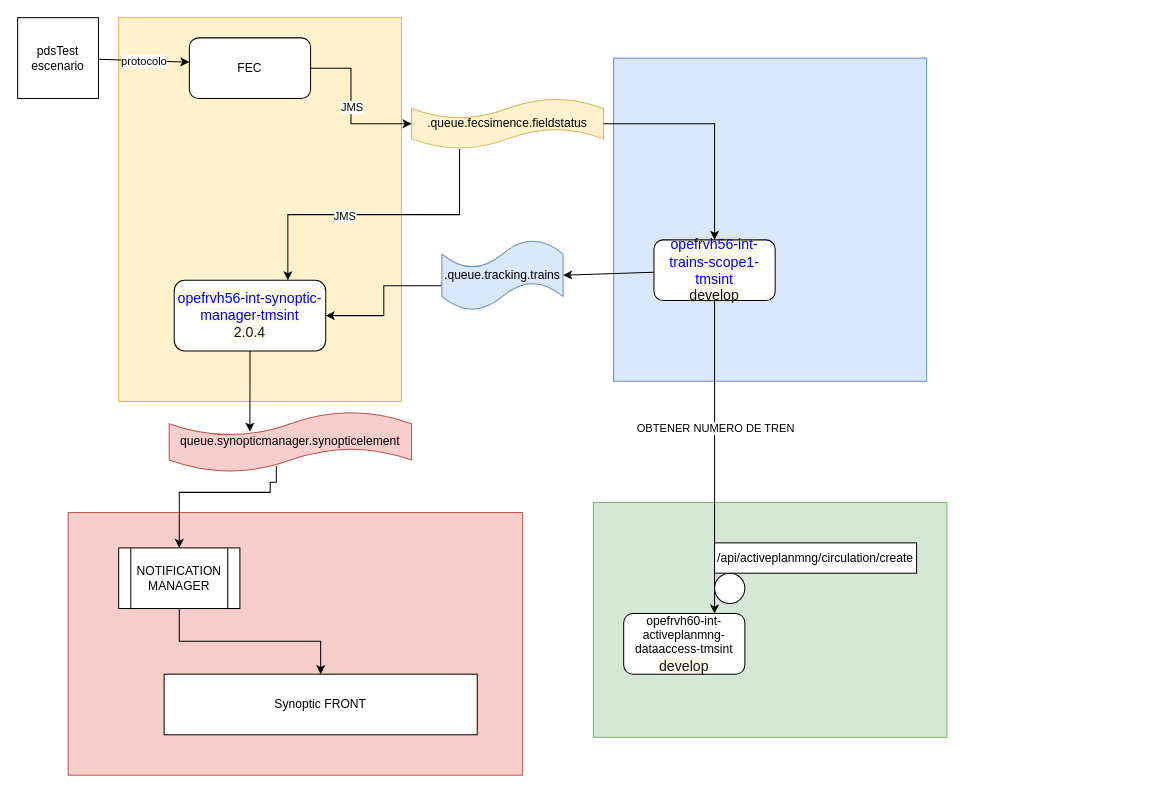
The draw.io diagram Diagrama sin título.drawio in jeongon/DIAGRAMAS_TMS, before the edit. Source tidied: cells renumbered, new cells numbered last; positions are measured from the earlier drawing's top-left corner, leaving out a move shared by most shapes. Both pictures are drawn from the tidied source at 101%, with x=0, y=0 at pixel (17, 17).
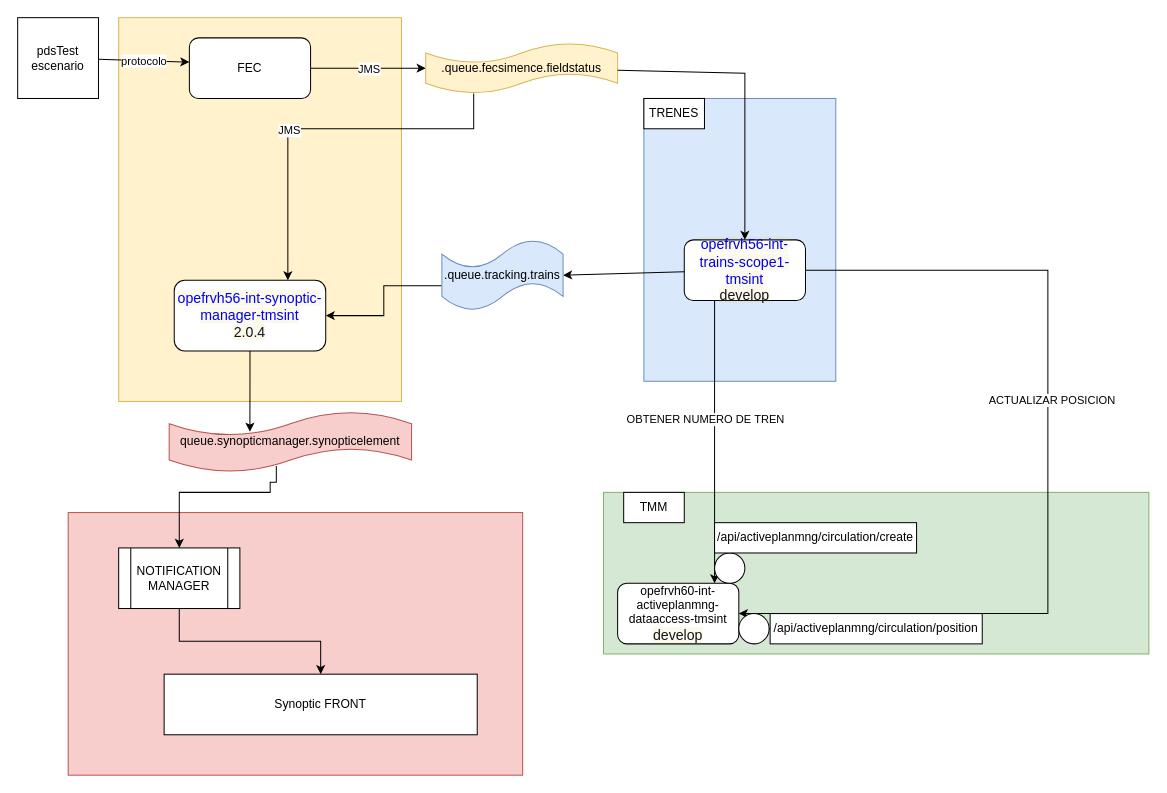
The same diagram, later.

The change refers to these unchanged cells:
```xml
<mxCell id="9" value="FEC" style="rounded=1;whiteSpace=wrap;html=1;" parent="1" vertex="1">
  <mxGeometry x="170" y="20" width="120" height="60" as="geometry" />
</mxCell>
<mxCell id="14" value="&lt;a style=&quot;box-sizing: inherit; background-color: rgba(218, 195, 66, 0.1); text-decoration-line: none; font-family: &amp;quot;Fira Sans&amp;quot;; font-size: 14px; text-align: -webkit-left;&quot; class=&quot;&quot; href=&quot;https://rancher.mova.indra.es/dashboard/c/c-dssds/explorer/apps.deployment/opefrvtms-int/opefrvh56-int-synoptic-manager-tmsint&quot;&gt;opefrvh56-int-synoptic-manager-tmsint&lt;/a&gt;&lt;br&gt;&lt;span style=&quot;color: rgb(20, 20, 25); font-family: &amp;quot;Fira Sans&amp;quot;; font-size: 14px; text-align: -webkit-left; background-color: rgba(218, 195, 66, 0.1);&quot;&gt;2.0.4&lt;/span&gt;" style="rounded=1;whiteSpace=wrap;html=1;" parent="1" vertex="1">
  <mxGeometry x="155" y="260" width="150" height="70" as="geometry" />
</mxCell>
<mxCell id="21" style="edgeStyle=orthogonalEdgeStyle;rounded=0;jettySize=auto;html=1;" parent="1" edge="1" source="23" target="24">
  <mxGeometry relative="1" as="geometry">
    <Array as="points">
      <mxPoint x="690" y="380" />
      <mxPoint x="690" y="380" />
    </Array>
  </mxGeometry>
</mxCell>
```

Change to the diagram source:
```diff
@@
     <mxCell id="2" style="rounded=0;whiteSpace=wrap;html=1;fillColor=#d5e8d4;strokeColor=#82b366;" parent="1" vertex="1">
-      <mxGeometry x="570" y="480" width="350" height="232.5" as="geometry" />
+      <mxGeometry x="580" y="470" width="540" height="160" as="geometry" />
     </mxCell>
@@
     <mxCell id="5" style="rounded=0;whiteSpace=wrap;html=1;fillColor=#dae8fc;strokeColor=#6c8ebf;" parent="1" vertex="1">
-      <mxGeometry x="590" y="40" width="310" height="320" as="geometry" />
+      <mxGeometry x="620" y="80" width="190" height="280" as="geometry" />
     </mxCell>
@@
     <mxCell id="7" style="edgeStyle=orthogonalEdgeStyle;rounded=0;jettySize=auto;html=1;" parent="1" edge="1" source="9" target="12">
       <mxGeometry relative="1" as="geometry">
         <Array as="points">
-          <mxPoint x="330" y="50" />
-          <mxPoint x="330" y="105" />
+          <mxPoint x="340" y="50" />
+          <mxPoint x="340" y="50" />
         </Array>
       </mxGeometry>
     </mxCell>
@@
     <mxCell id="10" style="edgeStyle=orthogonalEdgeStyle;rounded=0;jettySize=auto;html=1;exitX=0.25;exitY=1;exitDx=0;exitDy=0;exitPerimeter=0;entryX=0.75;entryY=0;entryDx=0;entryDy=0;" parent="1" edge="1" source="12" target="14">
-      <mxGeometry relative="1" as="geometry" />
+      <mxGeometry relative="1" as="geometry">
+        <Array as="points">
+          <mxPoint x="452" y="110" />
+          <mxPoint x="268" y="110" />
+        </Array>
+      </mxGeometry>
     </mxCell>
@@
     <mxCell id="12" value=".queue.fecsimence.fieldstatus" style="shape=tape;whiteSpace=wrap;html=1;fillColor=#fff2cc;strokeColor=#d6b656;" parent="1" vertex="1">
-      <mxGeometry x="390" y="80" width="190" height="50" as="geometry" />
+      <mxGeometry x="404" y="25" width="190" height="50" as="geometry" />
     </mxCell>
@@
     <mxCell id="22" value="OBTENER NUMERO DE TREN" style="edgeLabel;html=1;align=center;verticalAlign=middle;" parent="21" vertex="1">
       <mxGeometry x="-0.36" y="-1" relative="1" as="geometry">
-        <mxPoint x="1" y="27" as="offset" />
+        <mxPoint x="-9" y="27" as="offset" />
       </mxGeometry>
     </mxCell>
+    <mxCell id="31" style="edgeStyle=orthogonalEdgeStyle;rounded=0;jettySize=auto;html=1;entryX=1;entryY=0.5;entryDx=0;entryDy=0;" parent="1" edge="1" source="23" target="24">
+      <mxGeometry relative="1" as="geometry">
+        <Array as="points">
+          <mxPoint x="1020" y="250" />
+          <mxPoint x="1020" y="590" />
+        </Array>
+      </mxGeometry>
+    </mxCell>
+    <mxCell id="32" value="ACTUALIZAR POSICION" style="edgeLabel;html=1;align=center;verticalAlign=middle;" parent="31" vertex="1">
+      <mxGeometry x="-0.17" y="3" relative="1" as="geometry" />
+    </mxCell>
     <mxCell id="23" value="&lt;a style=&quot;box-sizing: inherit; background-color: rgba(218, 195, 66, 0.1); text-decoration-line: none; font-family: &amp;quot;Fira Sans&amp;quot;; font-size: 14px; text-align: -webkit-left;&quot; class=&quot;&quot; href=&quot;https://rancher.mova.indra.es/dashboard/c/c-dssds/explorer/apps.deployment/opefrvtms-int/opefrvh56-int-trains-scope1-tmsint&quot;&gt;opefrvh56-int-trains-scope1-tmsint&lt;/a&gt;&lt;br&gt;&lt;span style=&quot;color: rgb(20, 20, 25); font-family: &amp;quot;Fira Sans&amp;quot;; font-size: 14px; text-align: -webkit-left; background-color: rgba(218, 195, 66, 0.1);&quot;&gt;develop&lt;/span&gt;" style="rounded=1;whiteSpace=wrap;html=1;" parent="1" vertex="1">
-      <mxGeometry x="630" y="220" width="120" height="60" as="geometry" />
+      <mxGeometry x="660" y="220" width="120" height="60" as="geometry" />
     </mxCell>
     <mxCell id="24" value="opefrvh60-int-activeplanmng-dataaccess-tmsint&lt;br&gt;&lt;span style=&quot;color: rgb(20, 20, 25); font-family: &amp;quot;Fira Sans&amp;quot;; font-size: 14px; text-align: -webkit-left; background-color: rgba(218, 195, 66, 0.1);&quot;&gt;develop&lt;/span&gt;" style="rounded=1;whiteSpace=wrap;html=1;" parent="1" vertex="1">
-      <mxGeometry x="600" y="590" width="120" height="60" as="geometry" />
+      <mxGeometry x="594" y="560" width="120" height="60" as="geometry" />
     </mxCell>
-    <mxCell id="25" style="endArrow=classic;html=1;rounded=0;exitX=1;exitY=0.5;exitDx=0;exitDy=0;exitPerimeter=0;entryX=0.5;entryY=0;entryDx=0;entryDy=0;" parent="1" edge="1" source="12" target="23">
+    <mxCell id="25" style="endArrow=classic;html=1;rounded=0;entryX=0.5;entryY=0;entryDx=0;entryDy=0;" parent="1" edge="1" source="12" target="23">
       <mxGeometry relative="1" as="geometry">
         <Array as="points">
-          <mxPoint x="690" y="105" />
+          <mxPoint x="720" y="55" />
+          <mxPoint x="720" y="105" />
         </Array>
       </mxGeometry>
     </mxCell>
@@
     <mxCell id="29" style="ellipse;whiteSpace=wrap;html=1;" parent="1" vertex="1">
-      <mxGeometry x="690" y="550" width="30" height="30" as="geometry" />
+      <mxGeometry x="690" y="530" width="30" height="30" as="geometry" />
     </mxCell>
     <mxCell id="30" value="/api/activeplanmng/circulation/create" style="rounded=0;whiteSpace=wrap;html=1;" parent="1" vertex="1">
-      <mxGeometry x="690" y="520" width="200" height="30" as="geometry" />
+      <mxGeometry x="690" y="500" width="200" height="30" as="geometry" />
     </mxCell>
+    <mxCell id="33" value="TMM" style="rounded=0;whiteSpace=wrap;html=1;" parent="1" vertex="1">
+      <mxGeometry x="600" y="470" width="60" height="30" as="geometry" />
+    </mxCell>
+    <mxCell id="34" value="TRENES" style="rounded=0;whiteSpace=wrap;html=1;" parent="1" vertex="1">
+      <mxGeometry x="620" y="80" width="60" height="30" as="geometry" />
+    </mxCell>
+    <mxCell id="35" style="edgeStyle=orthogonalEdgeStyle;rounded=0;jettySize=auto;html=1;" parent="1" edge="1" source="36" target="37">
+      <mxGeometry relative="1" as="geometry" />
+    </mxCell>
+    <mxCell id="36" style="ellipse;whiteSpace=wrap;html=1;" parent="1" vertex="1">
+      <mxGeometry x="714" y="590" width="30" height="30" as="geometry" />
+    </mxCell>
+    <mxCell id="37" value="/api/activeplanmng/circulation/position" style="rounded=0;whiteSpace=wrap;html=1;" parent="1" vertex="1">
+      <mxGeometry x="745" y="590" width="210" height="30" as="geometry" />
+    </mxCell>
```
